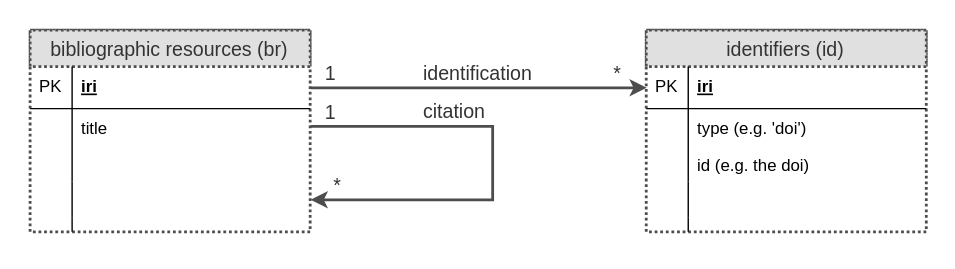
The draw.io diagram doc/opencitations-data-used.svg in elifesciences/datacapsule-occ, before a commit. Source tidied: cells renumbered, new cells last; positions are measured from the earlier drawing's top-left corner, leaving out a move shared by most shapes.
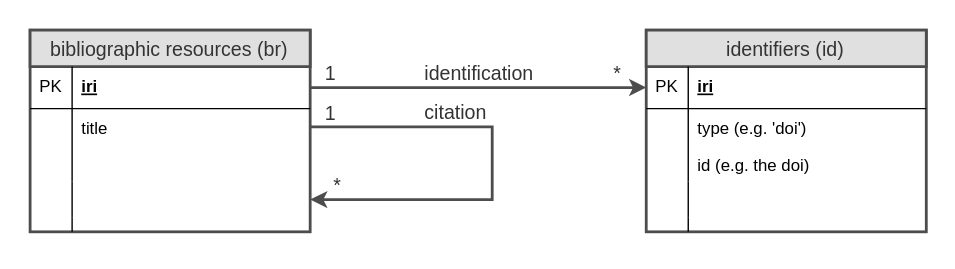
The same diagram one commit later.

Commit message:
minor diagram should use solid lines

What changed in the source:
```diff
@@ -1,11 +1,11 @@
-<mxGraphModel background="#ffffff">
+<mxGraphModel>
   <root>
     <mxCell id="0" />
     <mxCell id="1" parent="0" />
     <mxCell id="2" style="rounded=0;whiteSpace=wrap;html=1;dashed=1;dashPattern=1 1;labelBackgroundColor=none;strokeColor=none;strokeWidth=2;fillColor=#FFFFFF;fontSize=14;fontColor=#333333;align=left;opacity=70;" parent="1" vertex="1">
       <mxGeometry width="680" height="190" as="geometry" />
     </mxCell>
-    <mxCell id="3" value="bibliographic resources (br)" style="swimlane;fontStyle=0;horizontal=1;startSize=26;fillColor=#e0e0e0;swimlaneFillColor=#ffffff;align=center;dashed=1;dashPattern=1 1;strokeColor=#4D4D4D;strokeWidth=2;fontSize=14;fontColor=#333333;" parent="1" vertex="1">
+    <mxCell id="3" value="bibliographic resources (br)" style="swimlane;fontStyle=0;horizontal=1;startSize=26;fillColor=#e0e0e0;swimlaneFillColor=#ffffff;align=center;strokeColor=#4D4D4D;strokeWidth=2;fontSize=14;fontColor=#333333;" parent="1" vertex="1">
       <mxGeometry x="20" y="20" width="200" height="144" as="geometry" />
     </mxCell>
     <mxCell id="4" value="iri" style="shape=partialRectangle;top=0;left=0;right=0;bottom=1;align=left;verticalAlign=middle;fillColor=none;spacingLeft=34;spacingRight=4;overflow=hidden;points=[[0,0.5],[1,0.5]];portConstraint=eastwest;fontStyle=5;" parent="3" vertex="1">
@@ -56,7 +56,7 @@
         <mxPoint y="-13" as="offset" />
       </mxGeometry>
     </mxCell>
-    <mxCell id="17" value="identifiers (id)" style="swimlane;fontStyle=0;horizontal=1;startSize=26;fillColor=#e0e0e0;swimlaneFillColor=#ffffff;align=center;dashed=1;dashPattern=1 1;strokeColor=#4D4D4D;strokeWidth=2;fontSize=14;fontColor=#333333;" parent="1" vertex="1">
+    <mxCell id="17" value="identifiers (id)" style="swimlane;fontStyle=0;horizontal=1;startSize=26;fillColor=#e0e0e0;swimlaneFillColor=#ffffff;align=center;strokeColor=#4D4D4D;strokeWidth=2;fontSize=14;fontColor=#333333;" parent="1" vertex="1">
       <mxGeometry x="460" y="20" width="200" height="144" as="geometry" />
     </mxCell>
     <mxCell id="18" value="iri" style="shape=partialRectangle;top=0;left=0;right=0;bottom=1;align=left;verticalAlign=middle;fillColor=none;spacingLeft=34;spacingRight=4;overflow=hidden;points=[[0,0.5],[1,0.5]];portConstraint=eastwest;fontStyle=5;" parent="17" vertex="1">
```
